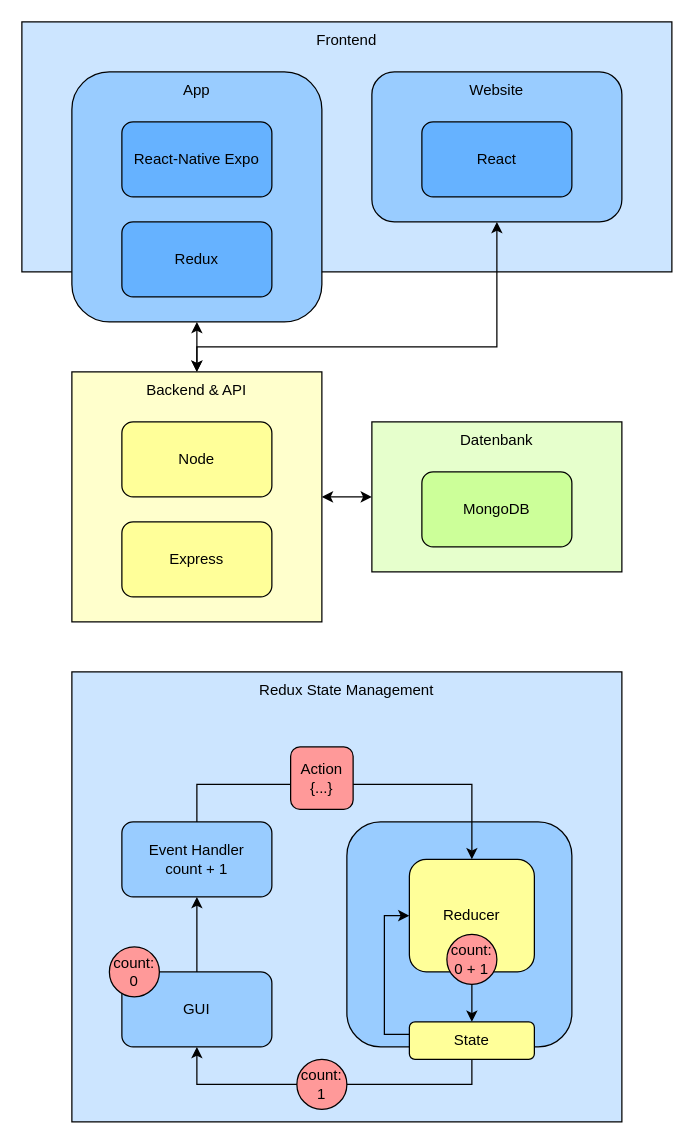
Earlier version of the draw.io diagram resources/softwarearchitektur.drawio (SimonFurtm/hiketours). Source tidied: cells renumbered, new cells numbered last; positions are measured from the earlier drawing's top-left corner, leaving out a move shared by most shapes. Both pictures are drawn from the tidied source at 125%, with x=0, y=0 at pixel (21, 21).
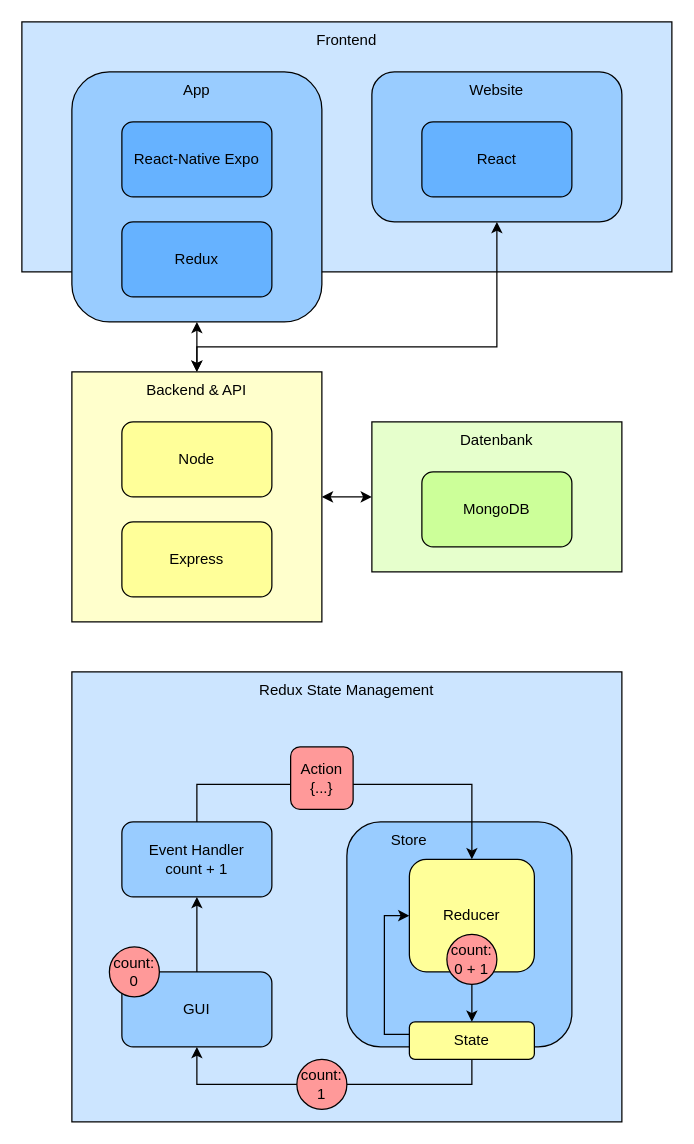
The same page after the edit.

Diff of the diagram source:
```diff
@@
+    <mxCell id="37" value="Store" style="text;html=1;strokeColor=none;fillColor=none;align=center;verticalAlign=middle;whiteSpace=wrap;rounded=0;" parent="1" vertex="1">
+      <mxGeometry x="280" y="640" width="60" height="30" as="geometry" />
+    </mxCell>
```
